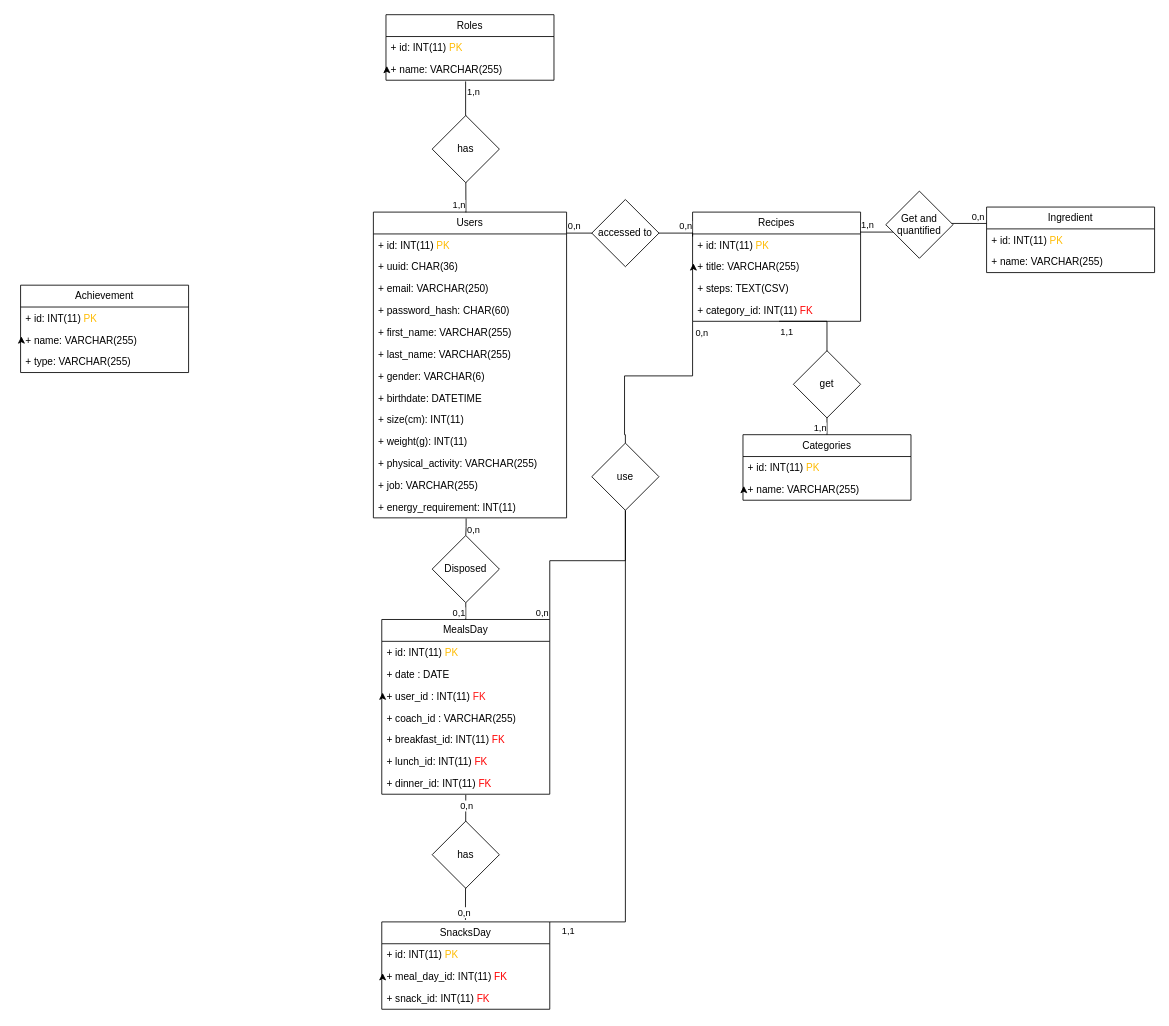
Earlier version of the draw.io diagram Miscellaneous/Diagramme classe.drawio (RemiFerment/fao_project). Source tidied: cells renumbered, new cells numbered last; positions are measured from the earlier drawing's top-left corner, leaving out a move shared by most shapes. Both pictures are drawn from the tidied source at 84%, with x=0, y=0 at pixel (20, 14).
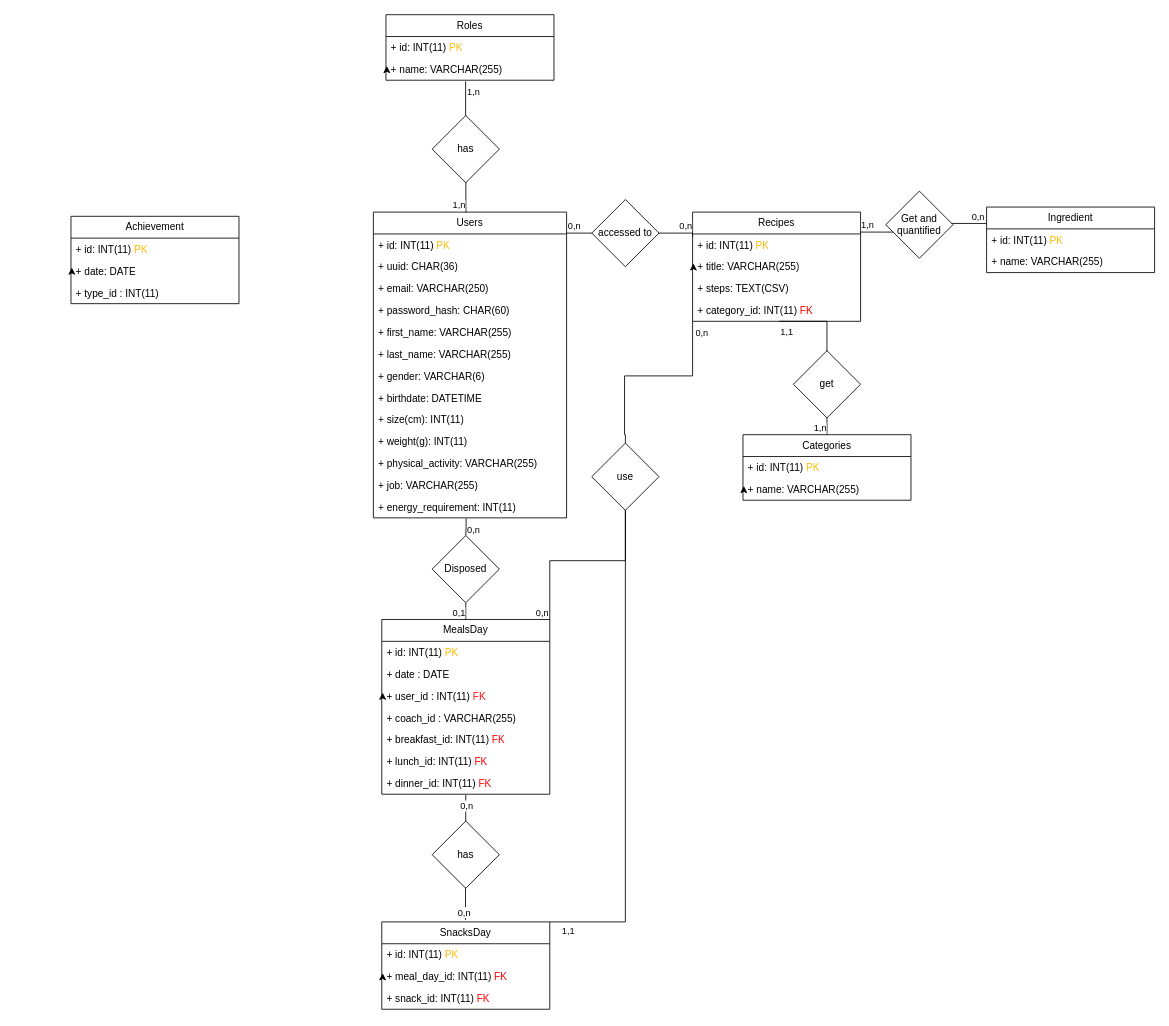
The same page after the edit.

Diff of the diagram source:
```diff
@@
     <mxCell id="79" value="Achievement" style="swimlane;fontStyle=0;horizontal=1;startSize=26;fillColor=none;whiteSpace=wrap;html=1;" parent="1" vertex="1">
-      <mxGeometry y="322" width="200" height="104" as="geometry" />
+      <mxGeometry x="60" y="240" width="200" height="104" as="geometry" />
     </mxCell>
@@
-    <mxCell id="81" value="+ name: VARCHAR(255)&lt;div&gt;&lt;br&gt;&lt;/div&gt;" style="text;strokeColor=none;fillColor=none;align=left;verticalAlign=top;spacingLeft=4;spacingRight=4;overflow=hidden;points=[[0,0.5],[1,0.5]];portConstraint=eastwest;whiteSpace=wrap;html=1;" parent="79" vertex="1">
+    <mxCell id="81" value="+ date: DATE&lt;div&gt;&lt;br&gt;&lt;/div&gt;" style="text;strokeColor=none;fillColor=none;align=left;verticalAlign=top;spacingLeft=4;spacingRight=4;overflow=hidden;points=[[0,0.5],[1,0.5]];portConstraint=eastwest;whiteSpace=wrap;html=1;" parent="79" vertex="1">
       <mxGeometry y="52" width="200" height="26" as="geometry" />
     </mxCell>
@@
-    <mxCell id="83" value="+ type: VARCHAR(255)&lt;div&gt;&lt;br&gt;&lt;/div&gt;" style="text;strokeColor=none;fillColor=none;align=left;verticalAlign=top;spacingLeft=4;spacingRight=4;overflow=hidden;whiteSpace=wrap;html=1;" parent="79" vertex="1">
+    <mxCell id="83" value="+ type_id : INT(11)" style="text;strokeColor=none;fillColor=none;align=left;verticalAlign=top;spacingLeft=4;spacingRight=4;overflow=hidden;whiteSpace=wrap;html=1;" parent="79" vertex="1">
       <mxGeometry y="78" width="200" height="26" as="geometry" />
     </mxCell>
```
